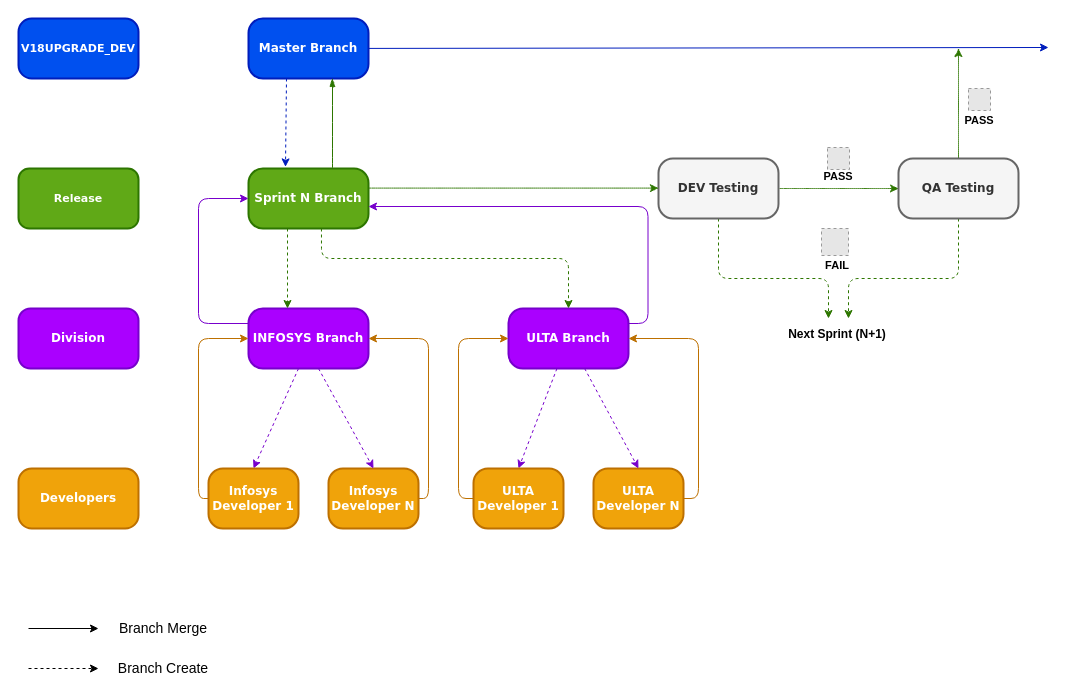
haroonjoblo/fulljs keeps this draw.io diagram as Untitled Diagram.drawio. Above is the earlier version. Source tidied: cells renumbered, new cells numbered last; positions are measured from the earlier drawing's top-left corner, leaving out a move shared by most shapes. Both pictures are drawn from the tidied source at 100%, with x=0, y=0 at pixel (18, 18). Pictures stored in the file or linked from it are replaced by grey dashed boxes.
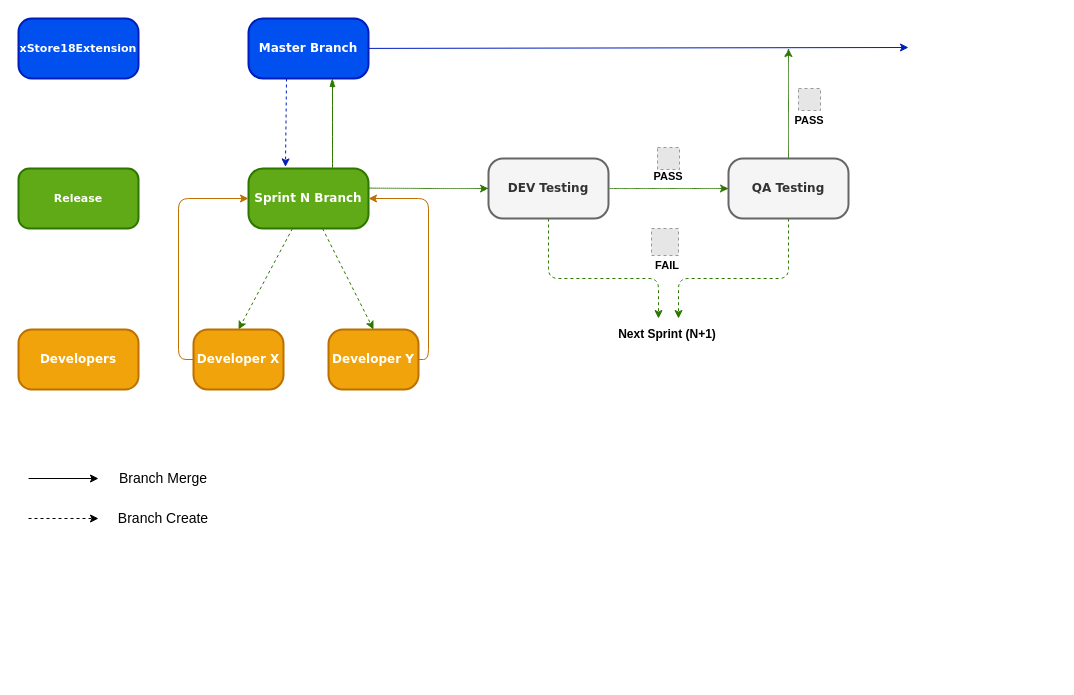
After the change.

Unchanged cells that the change refers to:
```xml
<mxCell id="2" value="Master Branch" style="rounded=1;whiteSpace=wrap;html=1;arcSize=24;fillColor=#0050ef;strokeColor=#001DBC;shadow=0;comic=0;labelBackgroundColor=none;fontFamily=Verdana;fontSize=12;align=center;fontColor=#ffffff;fontStyle=1;strokeWidth=2;" parent="1" vertex="1">
  <mxGeometry x="230" width="120" height="60" as="geometry" />
</mxCell>
<mxCell id="5" value="Sprint N Branch" style="rounded=1;whiteSpace=wrap;html=1;arcSize=24;fillColor=#60a917;strokeColor=#2D7600;shadow=0;comic=0;labelBackgroundColor=none;fontFamily=Verdana;fontSize=12;align=center;fontColor=#ffffff;fontStyle=1;strokeWidth=2;" parent="1" vertex="1">
  <mxGeometry x="230" y="150" width="120" height="60" as="geometry" />
</mxCell>
```

The edit, as a diff of the source:
```diff
@@
     <mxCell id="3" style="endArrow=classic;html=1;fillColor=#0050ef;strokeColor=#001DBC;strokeWidth=1;" parent="1" edge="1" source="2">
       <mxGeometry relative="1" as="geometry">
-        <mxPoint x="1030" y="29" as="targetPoint" />
+        <mxPoint x="890" y="29" as="targetPoint" />
       </mxGeometry>
     </mxCell>
@@
-    <mxCell id="7" value="INFOSYS Branch" style="rounded=1;whiteSpace=wrap;html=1;arcSize=24;fillColor=#aa00ff;strokeColor=#7700CC;shadow=0;comic=0;labelBackgroundColor=none;fontFamily=Verdana;fontSize=12;align=center;fontColor=#ffffff;fontStyle=1;strokeWidth=2;" parent="1" vertex="1">
-      <mxGeometry x="230" y="290" width="120" height="60" as="geometry" />
-    </mxCell>
-    <mxCell id="8" value="ULTA Branch" style="rounded=1;whiteSpace=wrap;html=1;arcSize=24;fillColor=#aa00ff;strokeColor=#7700CC;shadow=0;comic=0;labelBackgroundColor=none;fontFamily=Verdana;fontSize=12;align=center;fontColor=#ffffff;fontStyle=1;strokeWidth=2;" parent="1" vertex="1">
-      <mxGeometry x="490" y="290" width="120" height="60" as="geometry" />
-    </mxCell>
-    <mxCell id="9" style="endArrow=classic;html=1;strokeWidth=1;fillColor=#60a917;strokeColor=#2D7600;dashed=1;exitX=0.325;exitY=1;exitDx=0;exitDy=0;exitPerimeter=0;" parent="1" edge="1" source="5">
-      <mxGeometry relative="1" as="geometry">
-        <mxPoint x="269" y="290" as="targetPoint" />
-      </mxGeometry>
-    </mxCell>
@@
     <mxCell id="11" style="edgeStyle=orthogonalEdgeStyle;comic=0;jumpSize=0;jettySize=auto;html=1;shadow=0;strokeColor=#2D7600;strokeWidth=1;fontSize=11;fontColor=#000000;rounded=1;fillColor=#60a917;endArrow=classic;endFill=1;dashed=1;" parent="1" edge="1" source="12">
       <mxGeometry relative="1" as="geometry">
-        <mxPoint x="810" y="300" as="targetPoint" />
+        <mxPoint x="640" y="300" as="targetPoint" />
         <Array as="points">
-          <mxPoint x="700" y="260" />
-          <mxPoint x="810" y="260" />
+          <mxPoint x="530" y="260" />
+          <mxPoint x="640" y="260" />
         </Array>
       </mxGeometry>
     </mxCell>
     <mxCell id="12" value="DEV Testing" style="rounded=1;whiteSpace=wrap;html=1;arcSize=24;shadow=0;comic=0;labelBackgroundColor=none;fontFamily=Verdana;fontSize=12;align=center;fontStyle=1;strokeWidth=2;fillColor=#f5f5f5;strokeColor=#666666;fontColor=#333333;" parent="1" vertex="1">
-      <mxGeometry x="640" y="140" width="120" height="60" as="geometry" />
+      <mxGeometry x="470" y="140" width="120" height="60" as="geometry" />
     </mxCell>
     <mxCell id="13" style="edgeStyle=orthogonalEdgeStyle;curved=1;comic=1;jumpSize=0;jettySize=auto;html=1;shadow=0;dashed=1;dashPattern=1 1;strokeColor=#2D7600;strokeWidth=1;fontSize=11;fillColor=#60a917;" parent="1" edge="1" source="15">
       <mxGeometry relative="1" as="geometry">
-        <mxPoint x="940" y="30" as="targetPoint" />
+        <mxPoint x="770" y="30" as="targetPoint" />
       </mxGeometry>
     </mxCell>
     <mxCell id="14" style="edgeStyle=orthogonalEdgeStyle;rounded=1;comic=0;jumpSize=0;jettySize=auto;html=1;shadow=0;dashed=1;endArrow=classic;endFill=1;strokeColor=#2D7600;strokeWidth=1;fontSize=11;fontColor=#000000;fillColor=#60a917;" parent="1" edge="1" source="15">
       <mxGeometry relative="1" as="geometry">
-        <mxPoint x="830" y="300" as="targetPoint" />
+        <mxPoint x="660" y="300" as="targetPoint" />
         <Array as="points">
-          <mxPoint x="940" y="260" />
-          <mxPoint x="830" y="260" />
+          <mxPoint x="770" y="260" />
+          <mxPoint x="660" y="260" />
         </Array>
       </mxGeometry>
     </mxCell>
     <mxCell id="15" value="QA Testing" style="rounded=1;whiteSpace=wrap;html=1;arcSize=24;fillColor=#f5f5f5;strokeColor=#666666;shadow=0;comic=0;labelBackgroundColor=none;fontFamily=Verdana;fontSize=12;align=center;fontStyle=1;strokeWidth=2;fontColor=#333333;" parent="1" vertex="1">
-      <mxGeometry x="880" y="140" width="120" height="60" as="geometry" />
+      <mxGeometry x="710" y="140" width="120" height="60" as="geometry" />
     </mxCell>
-    <mxCell id="16" style="edgeStyle=segmentEdgeStyle;endArrow=classic;html=1;shadow=0;strokeWidth=1;exitX=0.608;exitY=1;exitDx=0;exitDy=0;exitPerimeter=0;entryX=0.5;entryY=0;entryDx=0;entryDy=0;fillColor=#60a917;strokeColor=#2D7600;dashed=1;" parent="1" edge="1" source="5" target="8">
-      <mxGeometry relative="1" as="geometry">
-        <Array as="points">
-          <mxPoint x="303" y="240" />
-          <mxPoint x="550" y="240" />
-        </Array>
-      </mxGeometry>
-    </mxCell>
-    <mxCell id="17" style="endArrow=classic;html=1;strokeWidth=1;fillColor=#aa00ff;strokeColor=#7700CC;dashed=1;entryX=0.5;entryY=0;entryDx=0;entryDy=0;" parent="1" edge="1" target="18">
-      <mxGeometry relative="1" as="geometry">
-        <mxPoint x="280" y="350" as="sourcePoint" />
-      </mxGeometry>
+    <mxCell id="17" style="endArrow=classic;html=1;strokeWidth=1;fillColor=#60a917;strokeColor=#2D7600;dashed=1;entryX=0.5;entryY=0;entryDx=0;entryDy=0;" parent="1" edge="1" source="5" target="18">
+      <mxGeometry relative="1" as="geometry" />
     </mxCell>
-    <mxCell id="18" value="Infosys Developer 1" style="rounded=1;whiteSpace=wrap;html=1;arcSize=24;fillColor=#f0a30a;strokeColor=#BD7000;shadow=0;comic=0;labelBackgroundColor=none;fontFamily=Verdana;fontSize=12;align=center;fontColor=#ffffff;fontStyle=1;strokeWidth=2;" parent="1" vertex="1">
-      <mxGeometry x="190" y="450" width="90" height="60" as="geometry" />
+    <mxCell id="18" value="Developer X" style="rounded=1;whiteSpace=wrap;html=1;arcSize=24;fillColor=#f0a30a;strokeColor=#BD7000;shadow=0;comic=0;labelBackgroundColor=none;fontFamily=Verdana;fontSize=12;align=center;fontColor=#ffffff;fontStyle=1;strokeWidth=2;" parent="1" vertex="1">
+      <mxGeometry x="175" y="311" width="90" height="60" as="geometry" />
     </mxCell>
-    <mxCell id="19" value="Infosys Developer N" style="rounded=1;whiteSpace=wrap;html=1;arcSize=24;fillColor=#f0a30a;strokeColor=#BD7000;shadow=0;comic=0;labelBackgroundColor=none;fontFamily=Verdana;fontSize=12;align=center;fontColor=#ffffff;fontStyle=1;strokeWidth=2;" parent="1" vertex="1">
-      <mxGeometry x="310" y="450" width="90" height="60" as="geometry" />
+    <mxCell id="19" value="Developer Y" style="rounded=1;whiteSpace=wrap;html=1;arcSize=24;fillColor=#f0a30a;strokeColor=#BD7000;shadow=0;comic=0;labelBackgroundColor=none;fontFamily=Verdana;fontSize=12;align=center;fontColor=#ffffff;fontStyle=1;strokeWidth=2;" parent="1" vertex="1">
+      <mxGeometry x="310" y="311" width="90" height="60" as="geometry" />
     </mxCell>
-    <mxCell id="20" style="endArrow=classic;html=1;shadow=0;dashed=1;strokeWidth=1;exitX=0.5;exitY=1;exitDx=0;exitDy=0;entryX=0.5;entryY=0;entryDx=0;entryDy=0;fillColor=#aa00ff;strokeColor=#7700CC;" parent="1" edge="1" target="19">
-      <mxGeometry relative="1" as="geometry">
-        <mxPoint x="300" y="350" as="sourcePoint" />
-      </mxGeometry>
+    <mxCell id="20" style="endArrow=classic;html=1;shadow=0;dashed=1;strokeWidth=1;exitX=0.617;exitY=1;exitDx=0;exitDy=0;entryX=0.5;entryY=0;entryDx=0;entryDy=0;fillColor=#60a917;strokeColor=#2D7600;exitPerimeter=0;" parent="1" edge="1" source="5" target="19">
+      <mxGeometry relative="1" as="geometry" />
     </mxCell>
-    <mxCell id="21" style="endArrow=classic;html=1;strokeWidth=1;fillColor=#aa00ff;strokeColor=#7700CC;dashed=1;entryX=0.5;entryY=0;entryDx=0;entryDy=0;" parent="1" edge="1" source="8" target="22">
-      <mxGeometry relative="1" as="geometry" />
-    </mxCell>
-    <mxCell id="22" value="ULTA Developer 1" style="rounded=1;whiteSpace=wrap;html=1;arcSize=24;fillColor=#f0a30a;strokeColor=#BD7000;shadow=0;comic=0;labelBackgroundColor=none;fontFamily=Verdana;fontSize=12;align=center;fontColor=#ffffff;fontStyle=1;strokeWidth=2;" parent="1" vertex="1">
-      <mxGeometry x="455" y="450" width="90" height="60" as="geometry" />
-    </mxCell>
-    <mxCell id="23" value="ULTA Developer N" style="rounded=1;whiteSpace=wrap;html=1;arcSize=24;fillColor=#f0a30a;strokeColor=#BD7000;shadow=0;comic=0;labelBackgroundColor=none;fontFamily=Verdana;fontSize=12;align=center;fontColor=#ffffff;fontStyle=1;strokeWidth=2;" parent="1" vertex="1">
-      <mxGeometry x="575" y="450" width="90" height="60" as="geometry" />
-    </mxCell>
-    <mxCell id="24" style="endArrow=classic;html=1;shadow=0;dashed=1;strokeWidth=1;entryX=0.5;entryY=0;entryDx=0;entryDy=0;fillColor=#aa00ff;strokeColor=#7700CC;" parent="1" edge="1" source="8" target="23">
-      <mxGeometry relative="1" as="geometry" />
-    </mxCell>
-    <mxCell id="25" style="edgeStyle=elbowEdgeStyle;elbow=horizontal;endArrow=classic;html=1;shadow=0;strokeWidth=1;exitX=0;exitY=0.5;exitDx=0;exitDy=0;entryX=0;entryY=0.5;entryDx=0;entryDy=0;fillColor=#f0a30a;strokeColor=#BD7000;" parent="1" edge="1" source="22" target="8">
-      <mxGeometry relative="1" as="geometry">
-        <Array as="points">
-          <mxPoint x="440" y="390" />
-        </Array>
-      </mxGeometry>
-    </mxCell>
-    <mxCell id="26" style="edgeStyle=elbowEdgeStyle;elbow=horizontal;endArrow=classic;html=1;shadow=0;strokeWidth=1;exitX=1;exitY=0.5;exitDx=0;exitDy=0;entryX=1;entryY=0.5;entryDx=0;entryDy=0;fillColor=#f0a30a;strokeColor=#BD7000;" parent="1" edge="1" source="23" target="8">
-      <mxGeometry relative="1" as="geometry">
-        <Array as="points">
-          <mxPoint x="680" y="390" />
-        </Array>
-      </mxGeometry>
-    </mxCell>
-    <mxCell id="27" style="edgeStyle=elbowEdgeStyle;elbow=horizontal;endArrow=classic;html=1;shadow=0;strokeWidth=1;exitX=0;exitY=0.5;exitDx=0;exitDy=0;entryX=0;entryY=0.5;entryDx=0;entryDy=0;fillColor=#f0a30a;strokeColor=#BD7000;" parent="1" edge="1" source="18" target="7">
+    <mxCell id="27" style="edgeStyle=elbowEdgeStyle;elbow=horizontal;endArrow=classic;html=1;shadow=0;strokeWidth=1;exitX=0;exitY=0.5;exitDx=0;exitDy=0;fillColor=#f0a30a;strokeColor=#BD7000;" parent="1" edge="1" source="18" target="5">
       <mxGeometry relative="1" as="geometry">
         <Array as="points">
-          <mxPoint x="180" y="390" />
+          <mxPoint x="160" y="240" />
+          <mxPoint x="190" y="190" />
+          <mxPoint x="160" y="250" />
+          <mxPoint x="170" y="251" />
         </Array>
       </mxGeometry>
     </mxCell>
-    <mxCell id="28" style="edgeStyle=elbowEdgeStyle;elbow=horizontal;endArrow=classic;html=1;shadow=0;strokeWidth=1;fillColor=#f0a30a;strokeColor=#BD7000;" parent="1" edge="1" source="19" target="7">
+    <mxCell id="28" style="edgeStyle=elbowEdgeStyle;elbow=horizontal;endArrow=classic;html=1;shadow=0;strokeWidth=1;fillColor=#f0a30a;strokeColor=#BD7000;entryX=1;entryY=0.5;entryDx=0;entryDy=0;" parent="1" edge="1" source="19" target="5">
       <mxGeometry relative="1" as="geometry">
         <Array as="points">
-          <mxPoint x="410" y="390" />
+          <mxPoint x="410" y="240" />
+          <mxPoint x="430" y="250" />
+          <mxPoint x="420" y="260" />
+          <mxPoint x="400" y="251" />
         </Array>
       </mxGeometry>
     </mxCell>
-    <mxCell id="29" style="edgeStyle=elbowEdgeStyle;elbow=horizontal;endArrow=classic;html=1;shadow=0;strokeWidth=1;exitX=0;exitY=0.25;exitDx=0;exitDy=0;entryX=0;entryY=0.5;entryDx=0;entryDy=0;fillColor=#aa00ff;strokeColor=#7700CC;" parent="1" edge="1" source="7" target="5">
-      <mxGeometry relative="1" as="geometry">
-        <Array as="points">
-          <mxPoint x="180" y="250" />
-        </Array>
-      </mxGeometry>
-    </mxCell>
     <mxCell id="30" style="endArrow=classic;html=1;shadow=0;strokeWidth=1;fontSize=14;" parent="1" edge="1">
       <mxGeometry relative="1" as="geometry">
-        <mxPoint x="10" y="610" as="sourcePoint" />
-        <mxPoint x="80" y="610" as="targetPoint" />
+        <mxPoint x="10" y="460" as="sourcePoint" />
+        <mxPoint x="80" y="460" as="targetPoint" />
       </mxGeometry>
     </mxCell>
     <mxCell id="31" style="endArrow=classic;html=1;shadow=0;strokeWidth=1;fontSize=14;dashed=1;" parent="1" edge="1">
       <mxGeometry relative="1" as="geometry">
-        <mxPoint x="10" y="650" as="sourcePoint" />
-        <mxPoint x="80" y="650" as="targetPoint" />
+        <mxPoint x="10" y="500" as="sourcePoint" />
+        <mxPoint x="80" y="500" as="targetPoint" />
       </mxGeometry>
     </mxCell>
     <mxCell id="32" value="Branch Merge" style="text;html=1;strokeColor=none;fillColor=none;align=center;verticalAlign=middle;whiteSpace=wrap;rounded=0;fontSize=14;" parent="1" vertex="1">
-      <mxGeometry x="90" y="600" width="110" height="20" as="geometry" />
+      <mxGeometry x="90" y="450" width="110" height="20" as="geometry" />
     </mxCell>
     <mxCell id="33" value="Branch Create" style="text;html=1;strokeColor=none;fillColor=none;align=center;verticalAlign=middle;whiteSpace=wrap;rounded=0;fontSize=14;" parent="1" vertex="1">
-      <mxGeometry x="90" y="640" width="110" height="20" as="geometry" />
+      <mxGeometry x="90" y="490" width="110" height="20" as="geometry" />
     </mxCell>
-    <mxCell id="34" value="V18UPGRADE_DEV" style="rounded=1;whiteSpace=wrap;html=1;arcSize=22;fillColor=#0050ef;strokeColor=#001DBC;shadow=0;comic=0;labelBackgroundColor=none;fontFamily=Verdana;fontSize=11;align=center;fontColor=#ffffff;fontStyle=1;strokeWidth=2;" parent="1" vertex="1">
+    <mxCell id="34" value="xStore18Extension" style="rounded=1;whiteSpace=wrap;html=1;arcSize=22;fillColor=#0050ef;strokeColor=#001DBC;shadow=0;comic=0;labelBackgroundColor=none;fontFamily=Verdana;fontSize=11;align=center;fontColor=#ffffff;fontStyle=1;strokeWidth=2;" parent="1" vertex="1">
       <mxGeometry width="120" height="60" as="geometry" />
     </mxCell>
@@
-    <mxCell id="36" value="Division" style="rounded=1;whiteSpace=wrap;html=1;arcSize=20;fillColor=#aa00ff;strokeColor=#7700CC;shadow=0;comic=0;labelBackgroundColor=none;fontFamily=Verdana;fontSize=12;align=center;fontColor=#ffffff;fontStyle=1;strokeWidth=2;" parent="1" vertex="1">
-      <mxGeometry y="290" width="120" height="60" as="geometry" />
-    </mxCell>
     <mxCell id="37" value="Developers" style="rounded=1;whiteSpace=wrap;html=1;arcSize=22;fillColor=#f0a30a;strokeColor=#BD7000;shadow=0;comic=0;labelBackgroundColor=none;fontFamily=Verdana;fontSize=12;align=center;fontColor=#ffffff;fontStyle=1;strokeWidth=2;" parent="1" vertex="1">
-      <mxGeometry y="450" width="120" height="60" as="geometry" />
+      <mxGeometry y="311" width="120" height="60" as="geometry" />
     </mxCell>
-    <mxCell id="38" style="edgeStyle=elbowEdgeStyle;elbow=horizontal;endArrow=classic;html=1;shadow=0;strokeWidth=1;fillColor=#aa00ff;strokeColor=#7700CC;exitX=1;exitY=0.25;exitDx=0;exitDy=0;" parent="1" edge="1" source="8">
-      <mxGeometry relative="1" as="geometry">
-        <mxPoint x="350" y="188" as="targetPoint" />
-        <Array as="points">
-          <mxPoint x="629.5" y="245" />
-        </Array>
-      </mxGeometry>
-    </mxCell>
-    <mxCell id="39" style="edgeStyle=orthogonalEdgeStyle;curved=1;comic=1;jumpSize=0;orthogonalLoop=1;jettySize=auto;html=1;shadow=0;dashed=1;dashPattern=1 1;strokeColor=#2D7600;strokeWidth=1;fontSize=11;entryX=0;entryY=0.5;entryDx=0;entryDy=0;fillColor=#60a917;" parent="1" edge="1">
+    <mxCell id="39" style="edgeStyle=orthogonalEdgeStyle;curved=1;comic=1;jumpSize=0;jettySize=auto;html=1;shadow=0;dashed=1;dashPattern=1 1;strokeColor=#2D7600;strokeWidth=1;fontSize=11;entryX=0;entryY=0.5;entryDx=0;entryDy=0;fillColor=#60a917;" parent="1" edge="1" target="12">
       <mxGeometry relative="1" as="geometry">
         <mxPoint x="350" y="169.6" as="sourcePoint" />
-        <mxPoint x="639.9" y="169.6" as="targetPoint" />
       </mxGeometry>
     </mxCell>
     <mxCell id="40" value="PASS" style="text;html=1;align=center;verticalAlign=middle;whiteSpace=wrap;rounded=0;fontSize=11;fontStyle=1;fontColor=#000000;" parent="1" vertex="1">
-      <mxGeometry x="800" y="148" width="40" height="20" as="geometry" />
+      <mxGeometry x="630" y="148" width="40" height="20" as="geometry" />
     </mxCell>
     <mxCell id="41" style="fillColor=#E6E6E6;strokeColor=#999999;dashed=1;html=1;verticalAlign=top;verticalLabelPosition=bottom;labelBackgroundColor=#ffffff;fontSize=11;fontColor=#69EBFF;" parent="1" vertex="1">
-      <mxGeometry x="809" y="129" width="22" height="22" as="geometry" />
+      <mxGeometry x="639" y="129" width="22" height="22" as="geometry" />
     </mxCell>
     <mxCell id="42" style="fillColor=#E6E6E6;strokeColor=#999999;dashed=1;html=1;verticalAlign=top;verticalLabelPosition=bottom;labelBackgroundColor=#ffffff;fontSize=11;fontColor=#69EBFF;" parent="1" vertex="1">
-      <mxGeometry x="950" y="70" width="22" height="22" as="geometry" />
+      <mxGeometry x="780" y="70" width="22" height="22" as="geometry" />
     </mxCell>
     <mxCell id="43" value="PASS" style="text;html=1;align=center;verticalAlign=middle;whiteSpace=wrap;rounded=0;fontSize=11;fontStyle=1;fontColor=#000000;" parent="1" vertex="1">
-      <mxGeometry x="941" y="92" width="40" height="20" as="geometry" />
+      <mxGeometry x="771" y="92" width="40" height="20" as="geometry" />
     </mxCell>
     <mxCell id="44" style="fillColor=#E6E6E6;strokeColor=#999999;dashed=1;html=1;verticalAlign=top;verticalLabelPosition=bottom;labelBackgroundColor=#ffffff;fontSize=11;fontColor=#000000;" parent="1" vertex="1">
-      <mxGeometry x="803" y="210" width="27" height="27" as="geometry" />
+      <mxGeometry x="633" y="210" width="27" height="27" as="geometry" />
     </mxCell>
     <mxCell id="45" value="FAIL" style="text;html=1;align=center;verticalAlign=middle;whiteSpace=wrap;rounded=0;fontSize=11;fontStyle=1;fontColor=#000000;" parent="1" vertex="1">
-      <mxGeometry x="798.5" y="237" width="40" height="20" as="geometry" />
+      <mxGeometry x="628.5" y="237" width="40" height="20" as="geometry" />
     </mxCell>
     <mxCell id="46" value="Next Sprint (N+1)" style="text;html=1;strokeColor=none;fillColor=none;align=center;verticalAlign=middle;whiteSpace=wrap;rounded=0;fontSize=12;fontColor=#000000;fontStyle=1;" parent="1" vertex="1">
-      <mxGeometry x="763.5" y="306" width="110" height="20" as="geometry" />
+      <mxGeometry x="593.5" y="306" width="110" height="20" as="geometry" />
     </mxCell>
```
